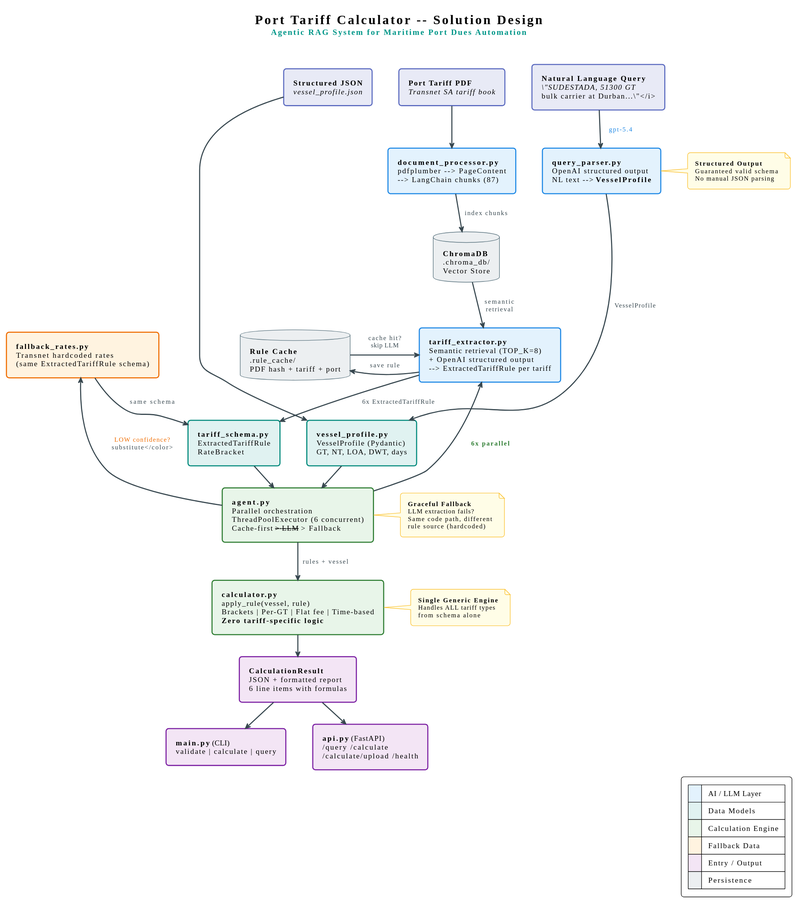
Before: artefacts/solution_design.svg, a diagram exported from PlantUML (obaydakov/port_tarif). Source of this version:
```plantuml
@startuml
!theme plain
skinparam backgroundColor white
skinparam defaultFontName Calibri
skinparam defaultFontSize 14
skinparam shadowing false
skinparam roundCorner 10
skinparam padding 8
skinparam nodesep 50
skinparam ranksep 40

skinparam rectangle {
  BorderThickness 2
}

skinparam package {
  BorderThickness 2
  FontSize 16
}

skinparam arrow {
  Color #37474F
  FontColor #37474F
  FontSize 12
  Thickness 2
}

skinparam note {
  BackgroundColor #FFFDE7
  BorderColor #FBC02D
  FontSize 12
}

title <size:24><b>Port Tariff Calculator -- Solution Design</b></size>\n<size:15><color:#009688>Agentic RAG System for Maritime Port Dues Automation</color></size>\n

together {
  rectangle "<b>Natural Language Query</b>\n<i>\"SUDESTADA, 51300 GT\nbulk carrier at Durban...\"</i>" as nl #E8EAF6;line:5C6BC0
  rectangle "<b>Structured JSON</b>\n<i>vessel_profile.json</i>" as json #E8EAF6;line:5C6BC0
  rectangle "<b>Port Tariff PDF</b>\n<i>Transnet SA tariff book</i>" as pdf #E8EAF6;line:5C6BC0
}

rectangle "<b>query_parser.py</b>\nOpenAI structured output\nNL text --> <b>VesselProfile</b>" as parser #E3F2FD;line:1E88E5

rectangle "<b>document_processor.py</b>\npdfplumber --> PageContent\n--> LangChain chunks (87)" as docproc #E3F2FD;line:1E88E5

together {
  rectangle "<b>vessel_profile.py</b>\nVesselProfile (Pydantic)\nGT, NT, LOA, DWT, days" as vessel #E0F2F1;line:00897B
  rectangle "<b>tariff_schema.py</b>\nExtractedTariffRule\nRateBracket" as schema #E0F2F1;line:00897B
}

database "<b>ChromaDB</b>\n.chroma_db/\nVector Store" as chromadb #ECEFF1;line:546E7A
database "<b>Rule Cache</b>\n.rule_cache/\nPDF hash + tariff + port" as cache #ECEFF1;line:546E7A

rectangle "<b>tariff_extractor.py</b>\nSemantic retrieval (TOP_K=8)\n+ OpenAI structured output\n--> ExtractedTariffRule per tariff" as extractor #E3F2FD;line:1E88E5

rectangle "<b>agent.py</b>\nParallel orchestration\nThreadPoolExecutor (6 concurrent)\nCache-first --> LLM --> Fallback" as agent #E8F5E9;line:2E7D32

rectangle "<b>fallback_rates.py</b>\nTransnet hardcoded rates\n(same ExtractedTariffRule schema)" as fallback #FFF3E0;line:EF6C00

rectangle "<b>calculator.py</b>\napply_rule(vessel, rule)\nBrackets | Per-GT | Flat fee | Time-based\n<b>Zero tariff-specific logic</b>" as calc #E8F5E9;line:2E7D32

rectangle "<b>CalculationResult</b>\nJSON + formatted report\n6 line items with formulas" as result #F3E5F5;line:7B1FA2

together {
  rectangle "<b>main.py</b> (CLI)\nvalidate | calculate | query" as cli #F3E5F5;line:7B1FA2
  rectangle "<b>api.py</b> (FastAPI)\n/query  /calculate\n/calculate/upload  /health" as api #F3E5F5;line:7B1FA2
}

nl -down-> parser : "  <color:#1E88E5>gpt-5.4</color>"
json -down-> vessel

parser -down-> vessel : "VesselProfile"

pdf -down-> docproc
docproc -down-> chromadb : "index chunks"

chromadb -down-> extractor : "semantic\nretrieval"
cache -right-> extractor : "cache hit?\nskip LLM"

extractor -down-> schema : "6x ExtractedTariffRule"
extractor -left-> cache : "save rule"

agent -up-> extractor : "<color:#2E7D32><b>6x parallel</b></color>"
agent -left-> fallback : "<color:#EF6C00>LOW confidence?\nsubstitute</color>"
fallback -down-> schema : "same schema"

vessel -down-> agent
schema -down-> agent

agent -down-> calc : "rules + vessel"

calc -down-> result

result -down-> cli
result -down-> api

note right of parser
  <b>Structured Output</b>
  Guaranteed valid schema
  No manual JSON parsing
end note

note right of agent
  <b>Graceful Fallback</b>
  LLM extraction fails?
  Same code path, different
  rule source (hardcoded)
end note

note right of calc
  <b>Single Generic Engine</b>
  Handles ALL tariff types
  from schema alone
end note

legend right
  |<#E3F2FD>  | AI / LLM Layer |
  |<#E0F2F1>  | Data Models |
  |<#E8F5E9>  | Calculation Engine |
  |<#FFF3E0>  | Fallback Data |
  |<#F3E5F5>  | Entry / Output |
  |<#ECEFF1>  | Persistence |
endlegend
@enduml
```
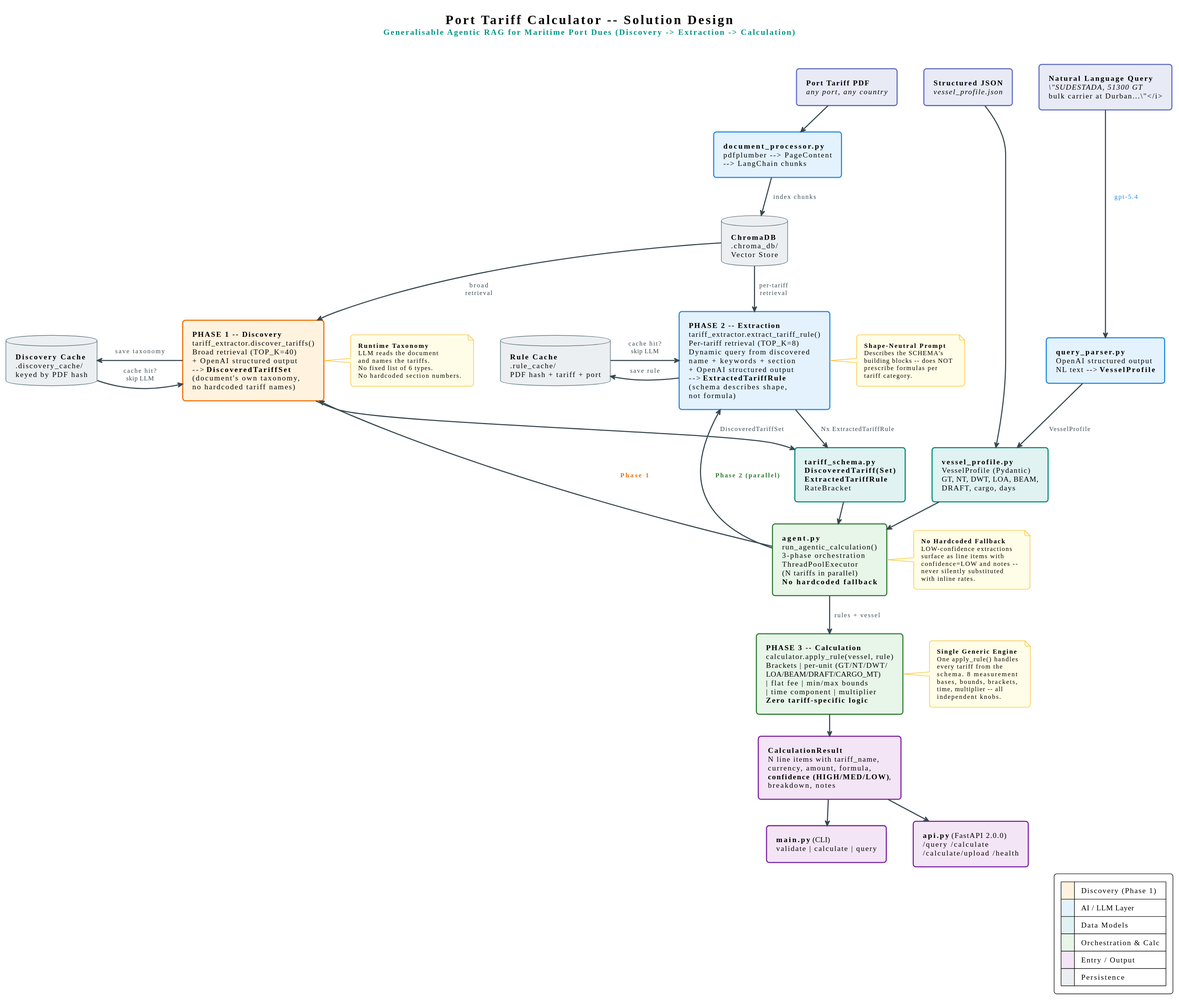
The same diagram one commit later.

Commit message:
Update solution_design diagram for the generalised pipeline

Diff of the diagram source:
```diff
@@ -31,39 +31,40 @@
   FontSize 12
 }
 
-title <size:24><b>Port Tariff Calculator -- Solution Design</b></size>\n<size:15><color:#009688>Agentic RAG System for Maritime Port Dues Automation</color></size>\n
+title <size:24><b>Port Tariff Calculator -- Solution Design</b></size>\n<size:15><color:#009688>Generalisable Agentic RAG for Maritime Port Dues (Discovery -> Extraction -> Calculation)</color></size>\n
 
 together {
   rectangle "<b>Natural Language Query</b>\n<i>\"SUDESTADA, 51300 GT\nbulk carrier at Durban...\"</i>" as nl #E8EAF6;line:5C6BC0
   rectangle "<b>Structured JSON</b>\n<i>vessel_profile.json</i>" as json #E8EAF6;line:5C6BC0
-  rectangle "<b>Port Tariff PDF</b>\n<i>Transnet SA tariff book</i>" as pdf #E8EAF6;line:5C6BC0
+  rectangle "<b>Port Tariff PDF</b>\n<i>any port, any country</i>" as pdf #E8EAF6;line:5C6BC0
 }
 
 rectangle "<b>query_parser.py</b>\nOpenAI structured output\nNL text --> <b>VesselProfile</b>" as parser #E3F2FD;line:1E88E5
 
-rectangle "<b>document_processor.py</b>\npdfplumber --> PageContent\n--> LangChain chunks (87)" as docproc #E3F2FD;line:1E88E5
+rectangle "<b>document_processor.py</b>\npdfplumber --> PageContent\n--> LangChain chunks" as docproc #E3F2FD;line:1E88E5
 
 together {
-  rectangle "<b>vessel_profile.py</b>\nVesselProfile (Pydantic)\nGT, NT, LOA, DWT, days" as vessel #E0F2F1;line:00897B
-  rectangle "<b>tariff_schema.py</b>\nExtractedTariffRule\nRateBracket" as schema #E0F2F1;line:00897B
+  rectangle "<b>vessel_profile.py</b>\nVesselProfile (Pydantic)\nGT, NT, DWT, LOA, BEAM,\nDRAFT, cargo, days" as vessel #E0F2F1;line:00897B
+  rectangle "<b>tariff_schema.py</b>\n<b>DiscoveredTariff(Set)</b>\n<b>ExtractedTariffRule</b>\nRateBracket" as schema #E0F2F1;line:00897B
 }
 
 database "<b>ChromaDB</b>\n.chroma_db/\nVector Store" as chromadb #ECEFF1;line:546E7A
+database "<b>Discovery Cache</b>\n.discovery_cache/\nkeyed by PDF hash" as dcache #ECEFF1;line:546E7A
 database "<b>Rule Cache</b>\n.rule_cache/\nPDF hash + tariff + port" as cache #ECEFF1;line:546E7A
 
-rectangle "<b>tariff_extractor.py</b>\nSemantic retrieval (TOP_K=8)\n+ OpenAI structured output\n--> ExtractedTariffRule per tariff" as extractor #E3F2FD;line:1E88E5
+rectangle "<b>PHASE 1 -- Discovery</b>\ntariff_extractor.discover_tariffs()\nBroad retrieval (TOP_K=40)\n+ OpenAI structured output\n--> <b>DiscoveredTariffSet</b>\n(document's own taxonomy,\nno hardcoded tariff names)" as discovery #FFF3E0;line:EF6C00
 
-rectangle "<b>agent.py</b>\nParallel orchestration\nThreadPoolExecutor (6 concurrent)\nCache-first --> LLM --> Fallback" as agent #E8F5E9;line:2E7D32
+rectangle "<b>PHASE 2 -- Extraction</b>\ntariff_extractor.extract_tariff_rule()\nPer-tariff retrieval (TOP_K=8)\nDynamic query from discovered\nname + keywords + section\n+ OpenAI structured output\n--> <b>ExtractedTariffRule</b>\n(schema describes shape,\nnot formula)" as extractor #E3F2FD;line:1E88E5
 
-rectangle "<b>fallback_rates.py</b>\nTransnet hardcoded rates\n(same ExtractedTariffRule schema)" as fallback #FFF3E0;line:EF6C00
+rectangle "<b>agent.py</b>\nrun_agentic_calculation()\n3-phase orchestration\nThreadPoolExecutor\n(N tariffs in parallel)\n<b>No hardcoded fallback</b>" as agent #E8F5E9;line:2E7D32
 
-rectangle "<b>calculator.py</b>\napply_rule(vessel, rule)\nBrackets | Per-GT | Flat fee | Time-based\n<b>Zero tariff-specific logic</b>" as calc #E8F5E9;line:2E7D32
+rectangle "<b>PHASE 3 -- Calculation</b>\ncalculator.apply_rule(vessel, rule)\nBrackets | per-unit (GT/NT/DWT/\nLOA/BEAM/DRAFT/CARGO_MT)\n| flat fee | min/max bounds\n| time component | multiplier\n<b>Zero tariff-specific logic</b>" as calc #E8F5E9;line:2E7D32
 
-rectangle "<b>CalculationResult</b>\nJSON + formatted report\n6 line items with formulas" as result #F3E5F5;line:7B1FA2
+rectangle "<b>CalculationResult</b>\nN line items with tariff_name,\ncurrency, amount, formula,\n<b>confidence (HIGH/MED/LOW)</b>,\nbreakdown, notes" as result #F3E5F5;line:7B1FA2
 
 together {
   rectangle "<b>main.py</b> (CLI)\nvalidate | calculate | query" as cli #F3E5F5;line:7B1FA2
-  rectangle "<b>api.py</b> (FastAPI)\n/query  /calculate\n/calculate/upload  /health" as api #F3E5F5;line:7B1FA2
+  rectangle "<b>api.py</b> (FastAPI 2.0.0)\n/query  /calculate\n/calculate/upload  /health" as api #F3E5F5;line:7B1FA2
 }
 
 nl -down-> parser : "  <color:#1E88E5>gpt-5.4</color>"
@@ -74,15 +75,20 @@
 pdf -down-> docproc
 docproc -down-> chromadb : "index chunks"
 
-chromadb -down-> extractor : "semantic\nretrieval"
+chromadb -down-> discovery : "broad\nretrieval"
+dcache -right-> discovery : "cache hit?\nskip LLM"
+
+discovery -down-> schema : "DiscoveredTariffSet"
+discovery -left-> dcache : "save taxonomy"
+
+chromadb -down-> extractor : "per-tariff\nretrieval"
 cache -right-> extractor : "cache hit?\nskip LLM"
 
-extractor -down-> schema : "6x ExtractedTariffRule"
+extractor -down-> schema : "Nx ExtractedTariffRule"
 extractor -left-> cache : "save rule"
 
-agent -up-> extractor : "<color:#2E7D32><b>6x parallel</b></color>"
-agent -left-> fallback : "<color:#EF6C00>LOW confidence?\nsubstitute</color>"
-fallback -down-> schema : "same schema"
+agent -up-> discovery : "<color:#EF6C00><b>Phase 1</b></color>"
+agent -up-> extractor : "<color:#2E7D32><b>Phase 2 (parallel)</b></color>"
 
 vessel -down-> agent
 schema -down-> agent
@@ -94,30 +100,46 @@
 result -down-> cli
 result -down-> api
 
-note right of parser
-  <b>Structured Output</b>
-  Guaranteed valid schema
-  No manual JSON parsing
+note right of discovery
+  <b>Runtime Taxonomy</b>
+  LLM reads the document
+  and names the tariffs.
+  No fixed list of 6 types.
+  No hardcoded section numbers.
+end note
+
+note right of extractor
+  <b>Shape-Neutral Prompt</b>
+  Describes the SCHEMA's
+  building blocks -- does NOT
+  prescribe formulas per
+  tariff category.
 end note
 
 note right of agent
-  <b>Graceful Fallback</b>
-  LLM extraction fails?
-  Same code path, different
-  rule source (hardcoded)
+  <b>No Hardcoded Fallback</b>
+  LOW-confidence extractions
+  surface as line items with
+  confidence=LOW and notes --
+  never silently substituted
+  with inline rates.
 end note
 
 note right of calc
   <b>Single Generic Engine</b>
-  Handles ALL tariff types
-  from schema alone
+  One apply_rule() handles
+  every tariff from the
+  schema. 8 measurement
+  bases, bounds, brackets,
+  time, multiplier -- all
+  independent knobs.
 end note
 
 legend right
+  |<#FFF3E0>  | Discovery (Phase 1) |
   |<#E3F2FD>  | AI / LLM Layer |
   |<#E0F2F1>  | Data Models |
-  |<#E8F5E9>  | Calculation Engine |
-  |<#FFF3E0>  | Fallback Data |
+  |<#E8F5E9>  | Orchestration & Calc |
   |<#F3E5F5>  | Entry / Output |
   |<#ECEFF1>  | Persistence |
 endlegend
```
